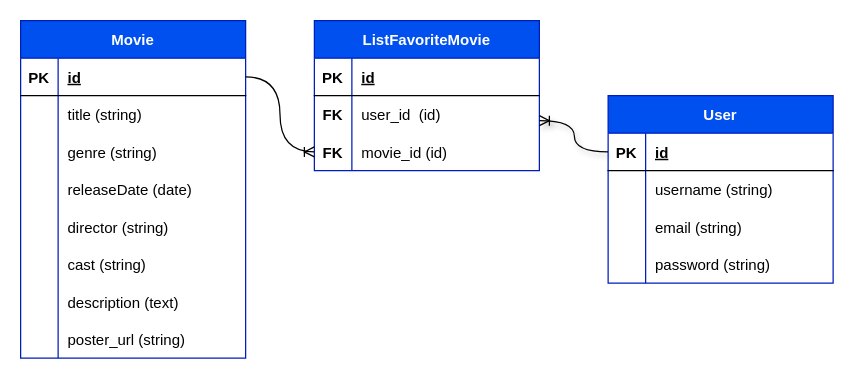
Above: movies.drawio in GagahPradana/IP-HCK74 (draw.io), before the change. Source tidied: cells renumbered, new cells numbered last; positions are measured from the earlier drawing's top-left corner, leaving out a move shared by most shapes. Both pictures are drawn from the tidied source at 125%, with x=0, y=0 at pixel (20, 20).
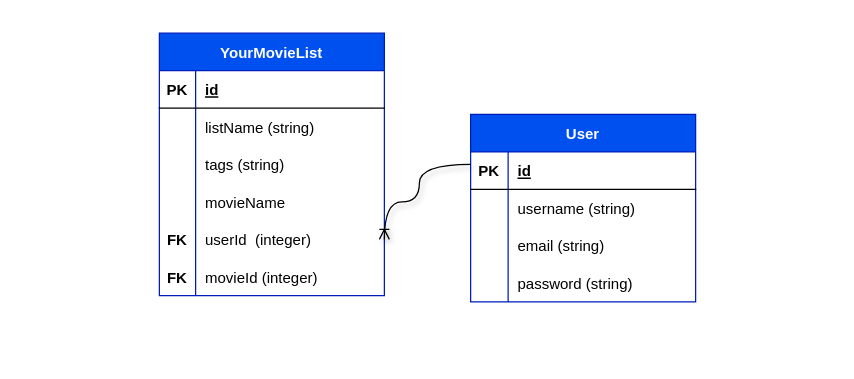
The same page after the edit.

The change refers to these unchanged cells:
```xml
<mxCell id="28" style="shape=tableRow;horizontal=0;startSize=0;swimlaneHead=0;swimlaneBody=0;fillColor=none;points=[[0,0.5],[1,0.5]];portConstraint=eastwest;top=0;left=0;right=0;bottom=1;" parent="27" vertex="1">
  <mxGeometry y="30" width="180" height="30" as="geometry" />
</mxCell>
<mxCell id="41" style="shape=tableRow;horizontal=0;startSize=0;swimlaneHead=0;swimlaneBody=0;fillColor=none;top=0;left=0;right=0;bottom=1;" parent="40" vertex="1">
  <mxGeometry y="30" width="180" height="30" as="geometry" />
</mxCell>
```

The edit, as a diff of the source:
```diff
@@
-    <mxCell id="2" value="Movie" style="shape=table;startSize=30;childLayout=tableLayout;rowLines=0;fontStyle=1;align=center;fillColor=#0050ef;fontColor=#ffffff;strokeColor=#001DBC;" parent="1" vertex="1">
-      <mxGeometry width="180" height="270" as="geometry" />
-    </mxCell>
-    <mxCell id="3" style="shape=tableRow;horizontal=0;startSize=0;swimlaneHead=0;swimlaneBody=0;fillColor=none;points=[[0,0.5],[1,0.5]];portConstraint=eastwest;top=0;left=0;right=0;bottom=1;" parent="2" vertex="1">
-      <mxGeometry y="30" width="180" height="30" as="geometry" />
-    </mxCell>
-    <mxCell id="4" value="PK" style="shape=partialRectangle;fillColor=none;top=0;left=0;bottom=0;right=0;fontStyle=1;overflow=hidden;" parent="3" vertex="1">
-      <mxGeometry width="30" height="30" as="geometry" />
-    </mxCell>
-    <mxCell id="5" value="id" style="shape=partialRectangle;fillColor=none;top=0;left=0;bottom=0;right=0;align=left;spacingLeft=6;fontStyle=5;overflow=hidden;" parent="3" vertex="1">
-      <mxGeometry x="30" width="150" height="30" as="geometry" />
-    </mxCell>
-    <mxCell id="6" style="shape=tableRow;horizontal=0;startSize=0;swimlaneHead=0;swimlaneBody=0;fillColor=none;top=0;left=0;right=0;bottom=0;" parent="2" vertex="1">
-      <mxGeometry y="60" width="180" height="30" as="geometry" />
-    </mxCell>
-    <mxCell id="7" style="shape=partialRectangle;fillColor=none;top=0;left=0;bottom=0;right=0;overflow=hidden;" parent="6" vertex="1">
-      <mxGeometry width="30" height="30" as="geometry" />
-    </mxCell>
-    <mxCell id="8" value="title (string)" style="shape=partialRectangle;fillColor=none;top=0;left=0;bottom=0;right=0;align=left;spacingLeft=6;overflow=hidden;" parent="6" vertex="1">
-      <mxGeometry x="30" width="150" height="30" as="geometry" />
-    </mxCell>
-    <mxCell id="9" style="shape=tableRow;horizontal=0;startSize=0;swimlaneHead=0;swimlaneBody=0;fillColor=none;top=0;left=0;right=0;bottom=0;" parent="2" vertex="1">
-      <mxGeometry y="90" width="180" height="30" as="geometry" />
-    </mxCell>
-    <mxCell id="10" style="shape=partialRectangle;fillColor=none;top=0;left=0;bottom=0;right=0;overflow=hidden;" parent="9" vertex="1">
-      <mxGeometry width="30" height="30" as="geometry" />
-    </mxCell>
-    <mxCell id="11" value="genre (string)" style="shape=partialRectangle;fillColor=none;top=0;left=0;bottom=0;right=0;align=left;spacingLeft=6;overflow=hidden;" parent="9" vertex="1">
-      <mxGeometry x="30" width="150" height="30" as="geometry" />
-    </mxCell>
-    <mxCell id="12" style="shape=tableRow;horizontal=0;startSize=0;swimlaneHead=0;swimlaneBody=0;fillColor=none;top=0;left=0;right=0;bottom=0;" parent="2" vertex="1">
-      <mxGeometry y="120" width="180" height="30" as="geometry" />
-    </mxCell>
-    <mxCell id="13" style="shape=partialRectangle;fillColor=none;top=0;left=0;bottom=0;right=0;overflow=hidden;" parent="12" vertex="1">
-      <mxGeometry width="30" height="30" as="geometry" />
-    </mxCell>
-    <mxCell id="14" value="releaseDate (date)" style="shape=partialRectangle;fillColor=none;top=0;left=0;bottom=0;right=0;align=left;spacingLeft=6;overflow=hidden;" parent="12" vertex="1">
-      <mxGeometry x="30" width="150" height="30" as="geometry" />
-    </mxCell>
-    <mxCell id="15" style="shape=tableRow;horizontal=0;startSize=0;swimlaneHead=0;swimlaneBody=0;fillColor=none;top=0;left=0;right=0;bottom=0;" parent="2" vertex="1">
-      <mxGeometry y="150" width="180" height="30" as="geometry" />
-    </mxCell>
-    <mxCell id="16" style="shape=partialRectangle;fillColor=none;top=0;left=0;bottom=0;right=0;overflow=hidden;" parent="15" vertex="1">
-      <mxGeometry width="30" height="30" as="geometry" />
-    </mxCell>
-    <mxCell id="17" value="director (string)" style="shape=partialRectangle;fillColor=none;top=0;left=0;bottom=0;right=0;align=left;spacingLeft=6;overflow=hidden;" parent="15" vertex="1">
-      <mxGeometry x="30" width="150" height="30" as="geometry" />
-    </mxCell>
-    <mxCell id="18" style="shape=tableRow;horizontal=0;startSize=0;swimlaneHead=0;swimlaneBody=0;fillColor=none;top=0;left=0;right=0;bottom=0;" parent="2" vertex="1">
-      <mxGeometry y="180" width="180" height="30" as="geometry" />
-    </mxCell>
-    <mxCell id="19" style="shape=partialRectangle;fillColor=none;top=0;left=0;bottom=0;right=0;overflow=hidden;" parent="18" vertex="1">
-      <mxGeometry width="30" height="30" as="geometry" />
-    </mxCell>
-    <mxCell id="20" value="cast (string)" style="shape=partialRectangle;fillColor=none;top=0;left=0;bottom=0;right=0;align=left;spacingLeft=6;overflow=hidden;" parent="18" vertex="1">
-      <mxGeometry x="30" width="150" height="30" as="geometry" />
-    </mxCell>
-    <mxCell id="21" style="shape=tableRow;horizontal=0;startSize=0;swimlaneHead=0;swimlaneBody=0;fillColor=none;top=0;left=0;right=0;bottom=0;" parent="2" vertex="1">
-      <mxGeometry y="210" width="180" height="30" as="geometry" />
-    </mxCell>
-    <mxCell id="22" style="shape=partialRectangle;fillColor=none;top=0;left=0;bottom=0;right=0;overflow=hidden;" parent="21" vertex="1">
-      <mxGeometry width="30" height="30" as="geometry" />
-    </mxCell>
-    <mxCell id="23" value="description (text)" style="shape=partialRectangle;fillColor=none;top=0;left=0;bottom=0;right=0;align=left;spacingLeft=6;overflow=hidden;" parent="21" vertex="1">
-      <mxGeometry x="30" width="150" height="30" as="geometry" />
-    </mxCell>
-    <mxCell id="24" style="shape=tableRow;horizontal=0;startSize=0;swimlaneHead=0;swimlaneBody=0;fillColor=none;top=0;left=0;right=0;bottom=0;" parent="2" vertex="1">
-      <mxGeometry y="240" width="180" height="30" as="geometry" />
-    </mxCell>
-    <mxCell id="25" style="shape=partialRectangle;fillColor=none;top=0;left=0;bottom=0;right=0;overflow=hidden;" parent="24" vertex="1">
-      <mxGeometry width="30" height="30" as="geometry" />
-    </mxCell>
-    <mxCell id="26" value="poster_url (string)" style="shape=partialRectangle;fillColor=none;top=0;left=0;bottom=0;right=0;align=left;spacingLeft=6;overflow=hidden;" parent="24" vertex="1">
-      <mxGeometry x="30" width="150" height="30" as="geometry" />
-    </mxCell>
     <mxCell id="27" value="User" style="shape=table;startSize=30;childLayout=tableLayout;rowLines=0;fontStyle=1;align=center;fillColor=#0050ef;strokeColor=#001DBC;fontColor=#ffffff;" parent="1" vertex="1">
-      <mxGeometry x="470" y="60" width="180" height="150" as="geometry" />
+      <mxGeometry x="360" y="75" width="180" height="150" as="geometry" />
     </mxCell>
@@
-    <mxCell id="40" value="ListFavoriteMovie" style="shape=table;startSize=30;childLayout=tableLayout;rowLines=0;fontStyle=1;align=center;fillColor=#0050ef;fontColor=#ffffff;strokeColor=#001DBC;" parent="1" vertex="1">
-      <mxGeometry x="235" width="180" height="120" as="geometry" />
+    <mxCell id="40" value="YourMovieList" style="shape=table;startSize=30;childLayout=tableLayout;rowLines=0;fontStyle=1;align=center;fillColor=#0050ef;fontColor=#ffffff;strokeColor=#001DBC;" parent="1" vertex="1">
+      <mxGeometry x="111" y="10" width="180" height="210" as="geometry" />
     </mxCell>
@@
     <mxCell id="42" value="PK" style="shape=partialRectangle;fillColor=none;top=0;left=0;bottom=0;right=0;fontStyle=1;overflow=hidden;" parent="41" vertex="1">
-      <mxGeometry width="30" height="30" as="geometry" />
+      <mxGeometry width="29" height="30" as="geometry" />
     </mxCell>
     <mxCell id="43" value="id" style="shape=partialRectangle;fillColor=none;top=0;left=0;bottom=0;right=0;align=left;spacingLeft=6;fontStyle=5;overflow=hidden;" parent="41" vertex="1">
-      <mxGeometry x="30" width="150" height="30" as="geometry" />
+      <mxGeometry x="29" width="151" height="30" as="geometry" />
     </mxCell>
+    <mxCell id="6" style="shape=tableRow;horizontal=0;startSize=0;swimlaneHead=0;swimlaneBody=0;fillColor=none;top=0;left=0;right=0;bottom=0;" parent="40" vertex="1">
+      <mxGeometry y="60" width="180" height="30" as="geometry" />
+    </mxCell>
+    <mxCell id="52" style="shape=partialRectangle;fillColor=none;top=0;left=0;bottom=0;right=0;overflow=hidden;fontStyle=1;" parent="6" vertex="1">
+      <mxGeometry width="29" height="30" as="geometry" />
+    </mxCell>
+    <mxCell id="53" value="listName (string)" style="shape=partialRectangle;fillColor=none;top=0;left=0;bottom=0;right=0;align=left;spacingLeft=6;overflow=hidden;" parent="6" vertex="1">
+      <mxGeometry x="29" width="151" height="30" as="geometry" />
+    </mxCell>
+    <mxCell id="9" style="shape=tableRow;horizontal=0;startSize=0;swimlaneHead=0;swimlaneBody=0;fillColor=none;top=0;left=0;right=0;bottom=0;" parent="40" vertex="1">
+      <mxGeometry y="90" width="180" height="30" as="geometry" />
+    </mxCell>
+    <mxCell id="54" style="shape=partialRectangle;fillColor=none;top=0;left=0;bottom=0;right=0;overflow=hidden;fontStyle=1;" parent="9" vertex="1">
+      <mxGeometry width="29" height="30" as="geometry" />
+    </mxCell>
+    <mxCell id="55" value="tags (string)" style="shape=partialRectangle;fillColor=none;top=0;left=0;bottom=0;right=0;align=left;spacingLeft=6;overflow=hidden;" parent="9" vertex="1">
+      <mxGeometry x="29" width="151" height="30" as="geometry" />
+    </mxCell>
+    <mxCell id="12" style="shape=tableRow;horizontal=0;startSize=0;swimlaneHead=0;swimlaneBody=0;fillColor=none;top=0;left=0;right=0;bottom=0;" parent="40" vertex="1">
+      <mxGeometry y="120" width="180" height="30" as="geometry" />
+    </mxCell>
+    <mxCell id="56" style="shape=partialRectangle;fillColor=none;top=0;left=0;bottom=0;right=0;overflow=hidden;fontStyle=1;" parent="12" vertex="1">
+      <mxGeometry width="29" height="30" as="geometry" />
+    </mxCell>
+    <mxCell id="57" value="movieName" style="shape=partialRectangle;fillColor=none;top=0;left=0;bottom=0;right=0;align=left;spacingLeft=6;overflow=hidden;" parent="12" vertex="1">
+      <mxGeometry x="29" width="151" height="30" as="geometry" />
+    </mxCell>
     <mxCell id="44" style="shape=tableRow;horizontal=0;startSize=0;swimlaneHead=0;swimlaneBody=0;fillColor=none;points=[[0,0.5],[1,0.5]];portConstraint=eastwest;top=0;left=0;right=0;bottom=0;" parent="40" vertex="1">
-      <mxGeometry y="60" width="180" height="30" as="geometry" />
+      <mxGeometry y="150" width="180" height="30" as="geometry" />
     </mxCell>
     <mxCell id="45" value="FK" style="shape=partialRectangle;fillColor=none;top=0;left=0;bottom=0;right=0;overflow=hidden;fontStyle=1;" parent="44" vertex="1">
-      <mxGeometry width="30" height="30" as="geometry" />
+      <mxGeometry width="29" height="30" as="geometry" />
     </mxCell>
-    <mxCell id="46" value="user_id  (id)" style="shape=partialRectangle;fillColor=none;top=0;left=0;bottom=0;right=0;align=left;spacingLeft=6;overflow=hidden;" parent="44" vertex="1">
-      <mxGeometry x="30" width="150" height="30" as="geometry" />
+    <mxCell id="46" value="userId  (integer)" style="shape=partialRectangle;fillColor=none;top=0;left=0;bottom=0;right=0;align=left;spacingLeft=6;overflow=hidden;" parent="44" vertex="1">
+      <mxGeometry x="29" width="151" height="30" as="geometry" />
     </mxCell>
     <mxCell id="47" style="shape=tableRow;horizontal=0;startSize=0;swimlaneHead=0;swimlaneBody=0;fillColor=none;points=[[0,0.5],[1,0.5]];portConstraint=eastwest;top=0;left=0;right=0;bottom=0;" parent="40" vertex="1">
-      <mxGeometry y="90" width="180" height="30" as="geometry" />
+      <mxGeometry y="180" width="180" height="30" as="geometry" />
     </mxCell>
     <mxCell id="48" value="FK" style="shape=partialRectangle;fillColor=none;top=0;left=0;bottom=0;right=0;overflow=hidden;fontStyle=1;" parent="47" vertex="1">
-      <mxGeometry width="30" height="30" as="geometry" />
+      <mxGeometry width="29" height="30" as="geometry" />
     </mxCell>
-    <mxCell id="49" value="movie_id (id)" style="shape=partialRectangle;fillColor=none;top=0;left=0;bottom=0;right=0;align=left;spacingLeft=6;overflow=hidden;" parent="47" vertex="1">
-      <mxGeometry x="30" width="150" height="30" as="geometry" />
+    <mxCell id="49" value="movieId (integer)" style="shape=partialRectangle;fillColor=none;top=0;left=0;bottom=0;right=0;align=left;spacingLeft=6;overflow=hidden;" parent="47" vertex="1">
+      <mxGeometry x="29" width="151" height="30" as="geometry" />
     </mxCell>
-    <mxCell id="50" style="edgeStyle=orthogonalEdgeStyle;fontSize=12;html=1;endArrow=ERoneToMany;entryX=0;entryY=0.5;entryDx=0;entryDy=0;exitX=1;exitY=0.5;exitDx=0;exitDy=0;curved=1;" parent="1" edge="1" source="3" target="47">
-      <mxGeometry relative="1" as="geometry" />
-    </mxCell>
-    <mxCell id="51" style="edgeStyle=orthogonalEdgeStyle;fontSize=12;html=1;endArrow=ERoneToMany;curved=1;shadow=1;" parent="1" edge="1" source="28" target="44">
+    <mxCell id="51" style="edgeStyle=orthogonalEdgeStyle;fontSize=12;html=1;endArrow=ERoneToMany;curved=1;shadow=1;entryX=1;entryY=0.5;entryDx=0;entryDy=0;" parent="1" edge="1" source="28" target="44">
       <mxGeometry relative="1" as="geometry">
         <Array as="points">
-          <mxPoint x="443" y="105" />
-          <mxPoint x="443" y="80" />
+          <mxPoint x="319" y="115" />
+          <mxPoint x="319" y="145" />
         </Array>
       </mxGeometry>
     </mxCell>
```
